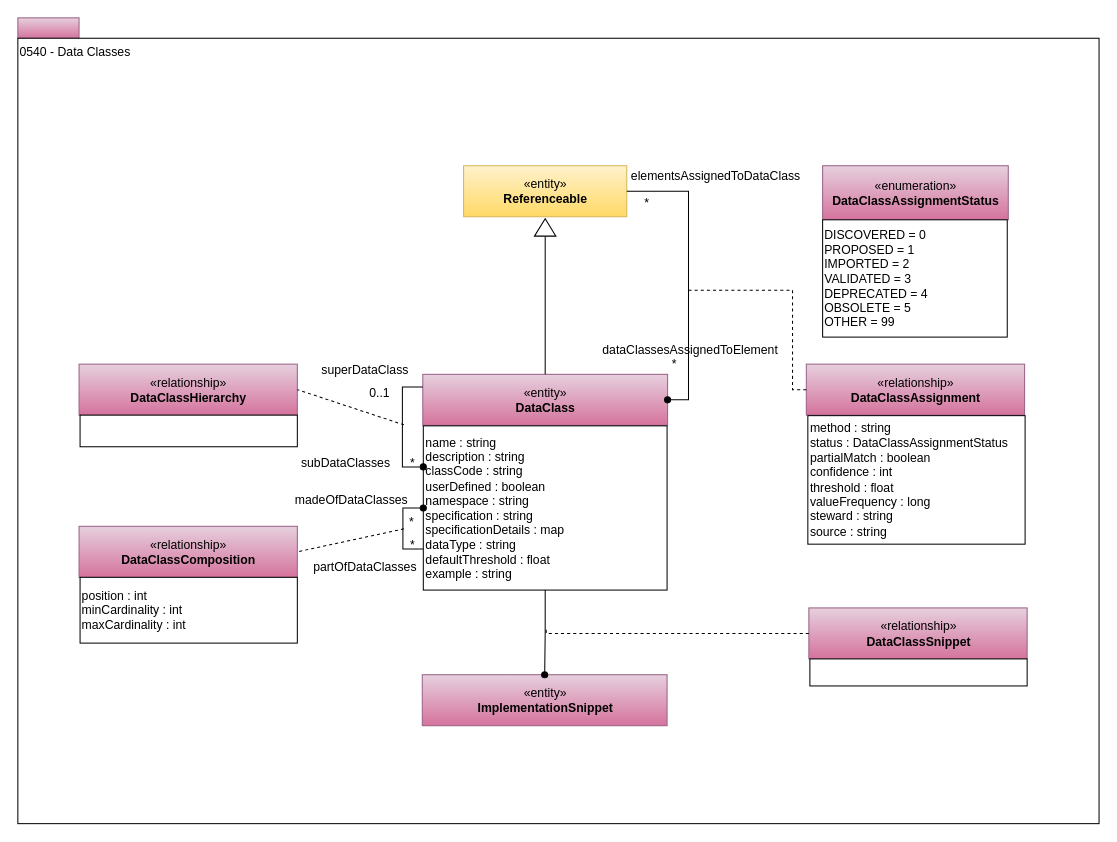
Earlier version of the draw.io diagram page "0540-Data-Classes" (25 of 34) of site/docs/types/5/area-5-models-and-schema.drawio (odpi/egeria-docs). Source tidied: cells renumbered, new cells numbered last; positions are measured from the earlier drawing's top-left corner, leaving out a move shared by most shapes. Both pictures are drawn from the tidied source at 102%, with x=0, y=0 at pixel (17, 17).
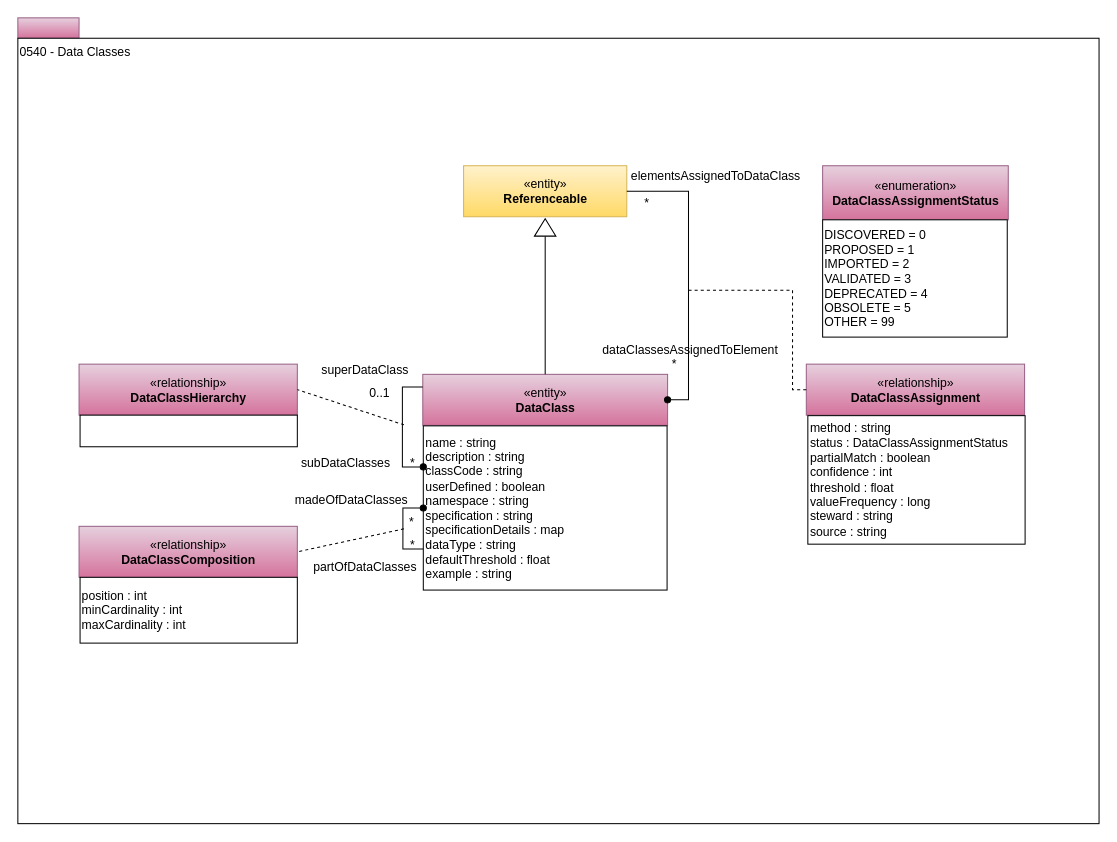
After the change.

The change refers to these unchanged cells:
```xml
<mxCell id="5" value="&lt;span&gt;name : string&lt;/span&gt;&lt;br&gt;&lt;span&gt;description : string&lt;/span&gt;&lt;br&gt;&lt;span&gt;classCode : string&lt;/span&gt;&lt;br&gt;&lt;span&gt;userDefined : boolean&lt;/span&gt;&lt;br&gt;&lt;span&gt;namespace : string&lt;/span&gt;&lt;br&gt;&lt;span&gt;specification : string&lt;/span&gt;&lt;br&gt;&lt;span&gt;specificationDetails : map&lt;/span&gt;&lt;br&gt;&lt;span&gt;dataType : string&lt;/span&gt;&lt;br&gt;&lt;span&gt;defaultThreshold : float&lt;/span&gt;&lt;br&gt;&lt;span&gt;example : string&lt;/span&gt;" style="rounded=0;whiteSpace=wrap;html=1;strokeColor=#000000;gradientColor=#ffffff;align=left;" parent="1" vertex="1">
  <mxGeometry x="397.5" y="400" width="239" height="161" as="geometry" />
</mxCell>
```

The edit, as a diff of the source:
```diff
@@
-    <mxCell id="35" value="«entity»&lt;br&gt;&lt;b&gt;ImplementationSnippet&lt;/b&gt;" style="html=1;strokeColor=#996185;align=center;fillColor=#e6d0de;gradientColor=#d5739d;" parent="1" vertex="1">
-      <mxGeometry x="396.5" y="644" width="240" height="50" as="geometry" />
-    </mxCell>
-    <mxCell id="36" style="edgeStyle=orthogonalEdgeStyle;rounded=0;jettySize=auto;html=1;exitX=0.5;exitY=1;exitDx=0;exitDy=0;endArrow=oval;endFill=1;" parent="1" edge="1" source="5" target="35">
-      <mxGeometry relative="1" as="geometry" />
-    </mxCell>
-    <mxCell id="37" value="«relationship»&lt;br&gt;&lt;b&gt;DataClassSnippet&lt;/b&gt;" style="html=1;strokeColor=#996185;align=center;fillColor=#e6d0de;gradientColor=#d5739d;" parent="1" vertex="1">
-      <mxGeometry x="775.5" y="578.5" width="214" height="50" as="geometry" />
-    </mxCell>
-    <mxCell id="38" style="rounded=0;whiteSpace=wrap;html=1;strokeColor=#000000;gradientColor=#ffffff;align=left;" parent="1" vertex="1">
-      <mxGeometry x="776.5" y="628.5" width="213" height="26.5" as="geometry" />
-    </mxCell>
-    <mxCell id="39" style="endArrow=none;dashed=1;html=1;exitX=0;exitY=0.5;exitDx=0;exitDy=0;rounded=0;edgeStyle=orthogonalEdgeStyle;" parent="1" edge="1" source="37">
-      <mxGeometry relative="1" as="geometry">
-        <mxPoint x="518" y="599" as="targetPoint" />
-        <Array as="points">
-          <mxPoint x="518" y="604" />
-        </Array>
-      </mxGeometry>
-    </mxCell>
```
